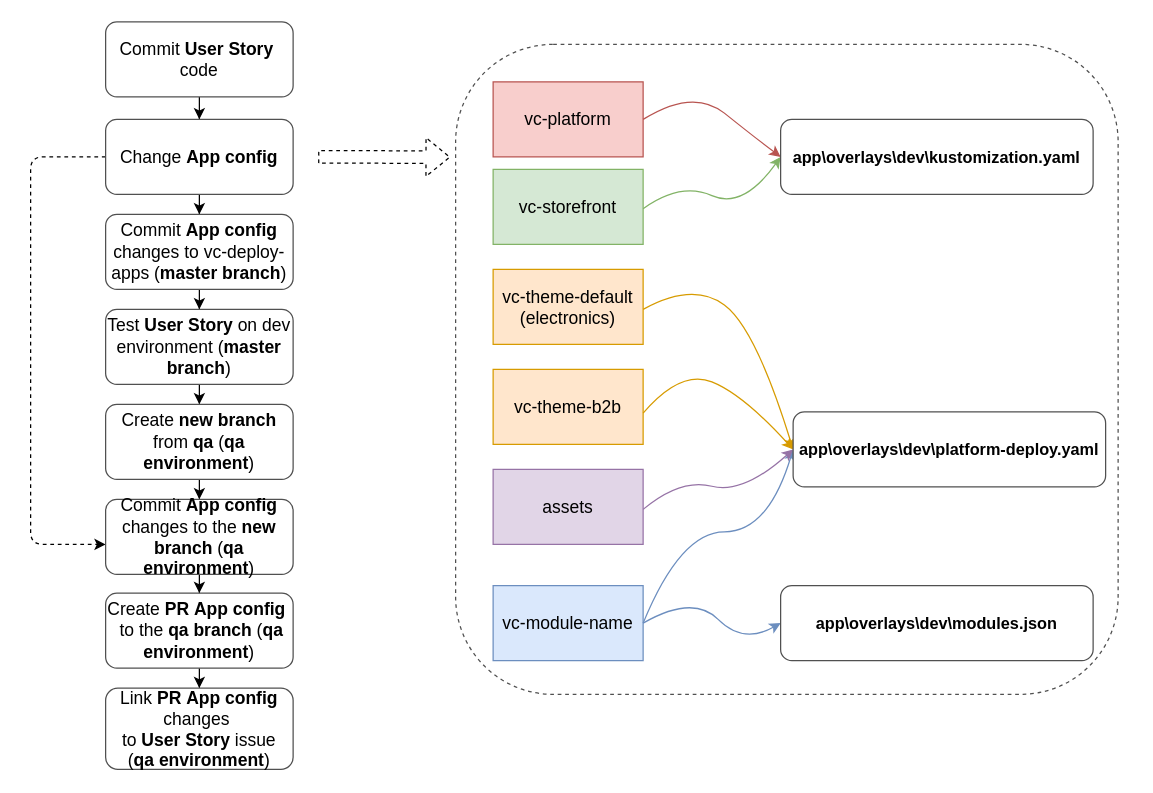
Above: page "Dev flow detailed" (3 of 5) of docs/media/ArgoCD flows.drawio in VirtoCommerce/vc-deploy-apps (draw.io), before the change. Source tidied: cells renumbered, new cells numbered last; positions are measured from the earlier drawing's top-left corner, leaving out a move shared by most shapes. Both pictures are drawn from the tidied source at 125%, with x=0, y=0 at pixel (30, 21).
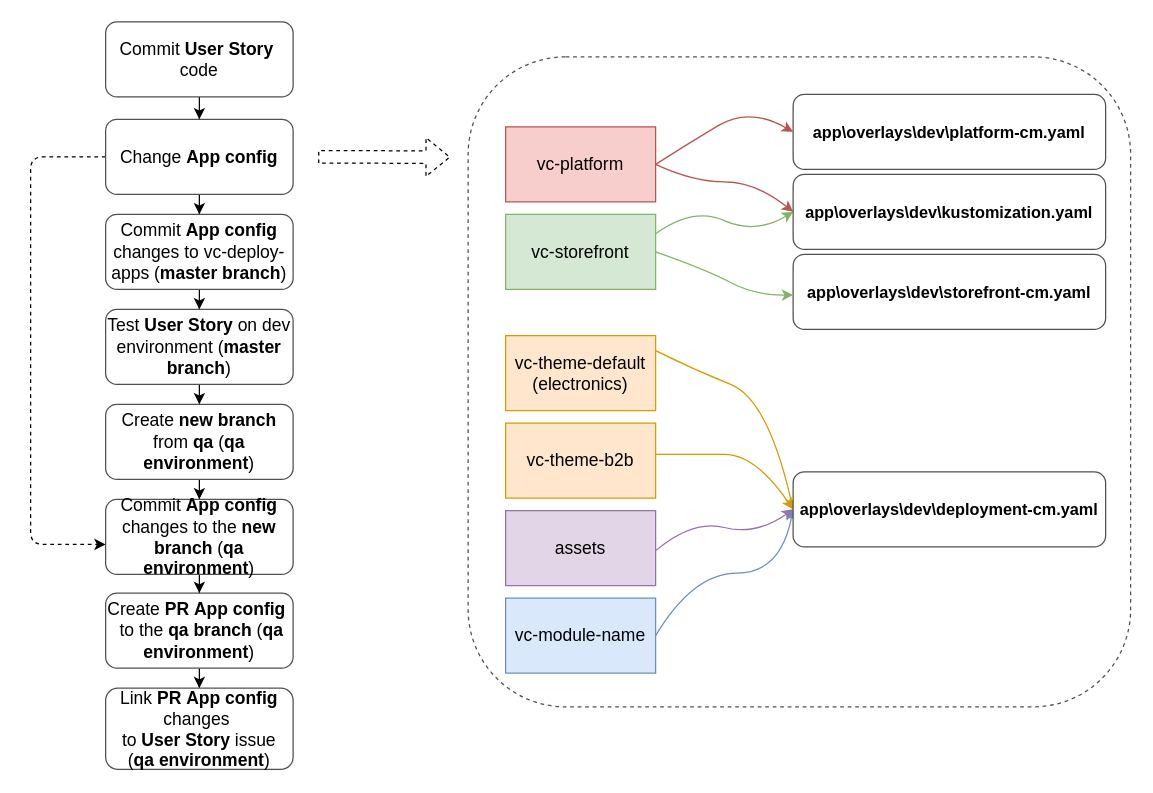
Above is the later version.

The edit, as a diff of the source:
```diff
@@
-    <mxCell id="7" style="rounded=1;whiteSpace=wrap;html=1;strokeColor=#505050;fillColor=#FFFFFF;fontSize=14;dashed=1;" parent="1" vertex="1">
-      <mxGeometry x="340" y="18" width="530" height="520" as="geometry" />
-    </mxCell>
-    <mxCell id="8" value="vc-platform" style="rounded=0;whiteSpace=wrap;html=1;fillColor=#f8cecc;strokeColor=#b85450;fontSize=14;" parent="1" vertex="1">
-      <mxGeometry x="370" y="48" width="120" height="60" as="geometry" />
-    </mxCell>
-    <mxCell id="9" value="vc-storefront" style="rounded=0;whiteSpace=wrap;html=1;fillColor=#d5e8d4;strokeColor=#82b366;fontSize=14;" parent="1" vertex="1">
-      <mxGeometry x="370" y="118" width="120" height="60" as="geometry" />
-    </mxCell>
-    <mxCell id="10" value="vc-module-name" style="rounded=0;whiteSpace=wrap;html=1;fillColor=#dae8fc;strokeColor=#6c8ebf;fontSize=14;" parent="1" vertex="1">
-      <mxGeometry x="370" y="451" width="120" height="60" as="geometry" />
-    </mxCell>
-    <mxCell id="11" value="vc-theme-default&lt;br&gt;(electronics)" style="rounded=0;whiteSpace=wrap;html=1;fillColor=#ffe6cc;strokeColor=#d79b00;fontSize=14;" parent="1" vertex="1">
-      <mxGeometry x="370" y="198" width="120" height="60" as="geometry" />
-    </mxCell>
-    <mxCell id="12" style="curved=1;endArrow=classic;html=1;fontSize=14;entryX=0;entryY=0.5;entryDx=0;entryDy=0;exitX=1;exitY=0.5;exitDx=0;exitDy=0;fillColor=#f8cecc;strokeColor=#b85450;" parent="1" edge="1" source="8" target="21">
-      <mxGeometry relative="1" as="geometry">
-        <Array as="points">
-          <mxPoint x="530" y="53" />
-          <mxPoint x="580" y="93" />
-        </Array>
-      </mxGeometry>
-    </mxCell>
-    <mxCell id="13" style="curved=1;endArrow=classic;html=1;fontSize=14;entryX=0;entryY=0.5;entryDx=0;entryDy=0;exitX=1;exitY=0.5;exitDx=0;exitDy=0;fillColor=#d5e8d4;strokeColor=#82b366;" parent="1" edge="1" target="21">
-      <mxGeometry relative="1" as="geometry">
-        <mxPoint x="490" y="149.5" as="sourcePoint" />
-        <Array as="points">
-          <mxPoint x="520" y="128" />
-          <mxPoint x="570" y="150" />
-        </Array>
-      </mxGeometry>
-    </mxCell>
-    <mxCell id="14" style="curved=1;endArrow=classic;html=1;fontSize=14;entryX=0;entryY=0.5;entryDx=0;entryDy=0;exitX=1;exitY=0.5;exitDx=0;exitDy=0;fillColor=#ffe6cc;strokeColor=#d79b00;" parent="1" edge="1" target="22">
-      <mxGeometry relative="1" as="geometry">
-        <mxPoint x="490" y="230" as="sourcePoint" />
-        <Array as="points">
-          <mxPoint x="530" y="208" />
-          <mxPoint x="580" y="245" />
-        </Array>
-      </mxGeometry>
-    </mxCell>
-    <mxCell id="15" value="vc-theme-b2b" style="rounded=0;whiteSpace=wrap;html=1;fillColor=#ffe6cc;strokeColor=#d79b00;fontSize=14;" parent="1" vertex="1">
-      <mxGeometry x="370" y="278" width="120" height="60" as="geometry" />
-    </mxCell>
-    <mxCell id="16" style="curved=1;endArrow=classic;html=1;fontSize=14;entryX=0;entryY=0.5;entryDx=0;entryDy=0;exitX=1;exitY=0.5;exitDx=0;exitDy=0;fillColor=#ffe6cc;strokeColor=#d79b00;" parent="1" edge="1" target="22">
-      <mxGeometry relative="1" as="geometry">
-        <mxPoint x="490" y="313" as="sourcePoint" />
-        <Array as="points">
-          <mxPoint x="520" y="278" />
-          <mxPoint x="570" y="298" />
-        </Array>
-      </mxGeometry>
-    </mxCell>
-    <mxCell id="17" style="curved=1;endArrow=classic;html=1;fontSize=14;entryX=0;entryY=0.5;entryDx=0;entryDy=0;exitX=1;exitY=0.5;exitDx=0;exitDy=0;fillColor=#dae8fc;strokeColor=#6c8ebf;" parent="1" edge="1" source="10" target="22">
-      <mxGeometry relative="1" as="geometry">
-        <Array as="points">
-          <mxPoint x="520" y="408" />
-          <mxPoint x="590" y="408" />
-        </Array>
-      </mxGeometry>
-    </mxCell>
-    <mxCell id="18" style="curved=1;endArrow=classic;html=1;fontSize=14;entryX=0;entryY=0.5;entryDx=0;entryDy=0;exitX=1;exitY=0.5;exitDx=0;exitDy=0;fillColor=#dae8fc;strokeColor=#6c8ebf;" parent="1" edge="1" source="10" target="23">
-      <mxGeometry relative="1" as="geometry">
-        <Array as="points">
-          <mxPoint x="530" y="458" />
-          <mxPoint x="570" y="498" />
-        </Array>
-      </mxGeometry>
-    </mxCell>
-    <mxCell id="19" value="assets" style="rounded=0;whiteSpace=wrap;html=1;fillColor=#e1d5e7;strokeColor=#9673a6;fontSize=14;" parent="1" vertex="1">
-      <mxGeometry x="370" y="358" width="120" height="60" as="geometry" />
-    </mxCell>
-    <mxCell id="20" style="curved=1;endArrow=classic;html=1;fontSize=14;entryX=0;entryY=0.5;entryDx=0;entryDy=0;fillColor=#e1d5e7;strokeColor=#9673a6;" parent="1" edge="1" target="22">
-      <mxGeometry relative="1" as="geometry">
-        <mxPoint x="490" y="390" as="sourcePoint" />
-        <Array as="points">
-          <mxPoint x="520" y="365" />
-          <mxPoint x="570" y="378" />
-        </Array>
-      </mxGeometry>
-    </mxCell>
-    <mxCell id="21" value="&lt;h1 style=&quot;text-align: left; font-size: 13px;&quot;&gt;app\overlays\dev\kustomization.yaml&lt;/h1&gt;" style="rounded=1;whiteSpace=wrap;html=1;strokeColor=#505050;fillColor=#FFFFFF;fontSize=13;" parent="1" vertex="1">
-      <mxGeometry x="600" y="78" width="250" height="60" as="geometry" />
-    </mxCell>
-    <mxCell id="22" value="&lt;h1 style=&quot;text-align: left ; font-size: 13px&quot;&gt;app\overlays\dev\platform-deploy.yaml&lt;/h1&gt;" style="rounded=1;whiteSpace=wrap;html=1;strokeColor=#505050;fillColor=#FFFFFF;fontSize=13;" parent="1" vertex="1">
-      <mxGeometry x="610" y="312" width="250" height="60" as="geometry" />
-    </mxCell>
-    <mxCell id="23" value="&lt;h1 style=&quot;text-align: left ; font-size: 13px&quot;&gt;app\overlays\dev\modules.json&lt;/h1&gt;" style="rounded=1;whiteSpace=wrap;html=1;strokeColor=#505050;fillColor=#FFFFFF;fontSize=13;" parent="1" vertex="1">
-      <mxGeometry x="600" y="451" width="250" height="60" as="geometry" />
-    </mxCell>
@@
+    <mxCell id="36" style="rounded=1;whiteSpace=wrap;html=1;strokeColor=#505050;fillColor=#FFFFFF;fontSize=14;dashed=1;" parent="1" vertex="1">
+      <mxGeometry x="350" y="28" width="530" height="520" as="geometry" />
+    </mxCell>
+    <mxCell id="8" value="vc-platform" style="rounded=0;whiteSpace=wrap;html=1;fillColor=#f8cecc;strokeColor=#b85450;fontSize=14;" parent="1" vertex="1">
+      <mxGeometry x="380" y="84" width="120" height="60" as="geometry" />
+    </mxCell>
+    <mxCell id="9" value="vc-storefront" style="rounded=0;whiteSpace=wrap;html=1;fillColor=#d5e8d4;strokeColor=#82b366;fontSize=14;" parent="1" vertex="1">
+      <mxGeometry x="380" y="154" width="120" height="60" as="geometry" />
+    </mxCell>
+    <mxCell id="10" value="vc-module-name" style="rounded=0;whiteSpace=wrap;html=1;fillColor=#dae8fc;strokeColor=#6c8ebf;fontSize=14;" parent="1" vertex="1">
+      <mxGeometry x="380" y="461" width="120" height="60" as="geometry" />
+    </mxCell>
+    <mxCell id="11" value="vc-theme-default&lt;br&gt;(electronics)" style="rounded=0;whiteSpace=wrap;html=1;fillColor=#ffe6cc;strokeColor=#d79b00;fontSize=14;" parent="1" vertex="1">
+      <mxGeometry x="380" y="251" width="120" height="60" as="geometry" />
+    </mxCell>
+    <mxCell id="12" style="curved=1;endArrow=classic;html=1;fontSize=14;entryX=0;entryY=0.5;entryDx=0;entryDy=0;exitX=1;exitY=0.5;exitDx=0;exitDy=0;fillColor=#f8cecc;strokeColor=#b85450;" parent="1" edge="1" source="8" target="21">
+      <mxGeometry relative="1" as="geometry">
+        <Array as="points">
+          <mxPoint x="530" y="128" />
+          <mxPoint x="580" y="128" />
+        </Array>
+      </mxGeometry>
+    </mxCell>
+    <mxCell id="37" style="curved=1;endArrow=classic;html=1;fontSize=14;entryX=0;entryY=0.5;entryDx=0;entryDy=0;exitX=1;exitY=0.5;exitDx=0;exitDy=0;fillColor=#d5e8d4;strokeColor=#82b366;" parent="1" edge="1" target="21">
+      <mxGeometry relative="1" as="geometry">
+        <mxPoint x="500" y="169.5" as="sourcePoint" />
+        <Array as="points">
+          <mxPoint x="530" y="148" />
+          <mxPoint x="580" y="170" />
+        </Array>
+      </mxGeometry>
+    </mxCell>
+    <mxCell id="38" style="curved=1;endArrow=classic;html=1;fontSize=14;entryX=0;entryY=0.5;entryDx=0;entryDy=0;exitX=1;exitY=0.5;exitDx=0;exitDy=0;fillColor=#ffe6cc;strokeColor=#d79b00;" parent="1" edge="1" target="42">
+      <mxGeometry relative="1" as="geometry">
+        <mxPoint x="500" y="263" as="sourcePoint" />
+        <Array as="points">
+          <mxPoint x="530" y="278" />
+          <mxPoint x="590" y="302" />
+        </Array>
+      </mxGeometry>
+    </mxCell>
+    <mxCell id="15" value="vc-theme-b2b" style="rounded=0;whiteSpace=wrap;html=1;fillColor=#ffe6cc;strokeColor=#d79b00;fontSize=14;" parent="1" vertex="1">
+      <mxGeometry x="380" y="321" width="120" height="60" as="geometry" />
+    </mxCell>
+    <mxCell id="39" style="curved=1;endArrow=classic;html=1;fontSize=14;entryX=0;entryY=0.5;entryDx=0;entryDy=0;exitX=1;exitY=0.5;exitDx=0;exitDy=0;fillColor=#ffe6cc;strokeColor=#d79b00;" parent="1" edge="1" target="42">
+      <mxGeometry relative="1" as="geometry">
+        <mxPoint x="500" y="346" as="sourcePoint" />
+        <Array as="points">
+          <mxPoint x="530" y="346" />
+          <mxPoint x="580" y="346" />
+        </Array>
+      </mxGeometry>
+    </mxCell>
+    <mxCell id="40" style="curved=1;endArrow=classic;html=1;fontSize=14;entryX=0;entryY=0.5;entryDx=0;entryDy=0;exitX=1;exitY=0.5;exitDx=0;exitDy=0;fillColor=#dae8fc;strokeColor=#6c8ebf;" parent="1" edge="1" source="10" target="42">
+      <mxGeometry relative="1" as="geometry">
+        <Array as="points">
+          <mxPoint x="530" y="441" />
+          <mxPoint x="600" y="441" />
+        </Array>
+      </mxGeometry>
+    </mxCell>
+    <mxCell id="19" value="assets" style="rounded=0;whiteSpace=wrap;html=1;fillColor=#e1d5e7;strokeColor=#9673a6;fontSize=14;" parent="1" vertex="1">
+      <mxGeometry x="380" y="391" width="120" height="60" as="geometry" />
+    </mxCell>
+    <mxCell id="41" style="curved=1;endArrow=classic;html=1;fontSize=14;entryX=0;entryY=0.5;entryDx=0;entryDy=0;fillColor=#e1d5e7;strokeColor=#9673a6;" parent="1" edge="1" target="42">
+      <mxGeometry relative="1" as="geometry">
+        <mxPoint x="500" y="423" as="sourcePoint" />
+        <Array as="points">
+          <mxPoint x="530" y="398" />
+          <mxPoint x="580" y="411" />
+        </Array>
+      </mxGeometry>
+    </mxCell>
+    <mxCell id="21" value="&lt;h1 style=&quot;text-align: left; font-size: 13px;&quot;&gt;app\overlays\dev\kustomization.yaml&lt;/h1&gt;" style="rounded=1;whiteSpace=wrap;html=1;strokeColor=#505050;fillColor=#FFFFFF;fontSize=13;" parent="1" vertex="1">
+      <mxGeometry x="610" y="122" width="250" height="60" as="geometry" />
+    </mxCell>
+    <mxCell id="42" value="&lt;h1 style=&quot;text-align: left ; font-size: 13px&quot;&gt;app\overlays\dev\deployment-cm.yaml&lt;/h1&gt;" style="rounded=1;whiteSpace=wrap;html=1;strokeColor=#505050;fillColor=#FFFFFF;fontSize=13;" parent="1" vertex="1">
+      <mxGeometry x="610" y="360" width="250" height="60" as="geometry" />
+    </mxCell>
+    <mxCell id="43" value="&lt;h1 style=&quot;text-align: left ; font-size: 13px&quot;&gt;app\overlays\dev\storefront-cm.yaml&lt;/h1&gt;" style="rounded=1;whiteSpace=wrap;html=1;strokeColor=#505050;fillColor=#FFFFFF;fontSize=13;" parent="1" vertex="1">
+      <mxGeometry x="610" y="186" width="250" height="60" as="geometry" />
+    </mxCell>
+    <mxCell id="44" value="&lt;h1 style=&quot;text-align: left ; font-size: 13px&quot;&gt;app\overlays\dev\platform-cm.yaml&lt;/h1&gt;" style="rounded=1;whiteSpace=wrap;html=1;strokeColor=#505050;fillColor=#FFFFFF;fontSize=13;" parent="1" vertex="1">
+      <mxGeometry x="610" y="58" width="250" height="60" as="geometry" />
+    </mxCell>
+    <mxCell id="45" style="curved=1;endArrow=classic;html=1;fontSize=14;exitX=1;exitY=0.5;exitDx=0;exitDy=0;fillColor=#d5e8d4;strokeColor=#82b366;" parent="1" edge="1" source="9" target="43">
+      <mxGeometry relative="1" as="geometry">
+        <Array as="points">
+          <mxPoint x="540" y="198" />
+          <mxPoint x="580" y="219" />
+        </Array>
+      </mxGeometry>
+    </mxCell>
+    <mxCell id="46" style="curved=1;endArrow=classic;html=1;fontSize=14;entryX=0;entryY=0.5;entryDx=0;entryDy=0;exitX=1;exitY=0.5;exitDx=0;exitDy=0;fillColor=#f8cecc;strokeColor=#b85450;" parent="1" edge="1" source="8" target="44">
+      <mxGeometry relative="1" as="geometry">
+        <Array as="points">
+          <mxPoint x="525" y="98" />
+          <mxPoint x="575" y="68" />
+        </Array>
+      </mxGeometry>
+    </mxCell>
```
